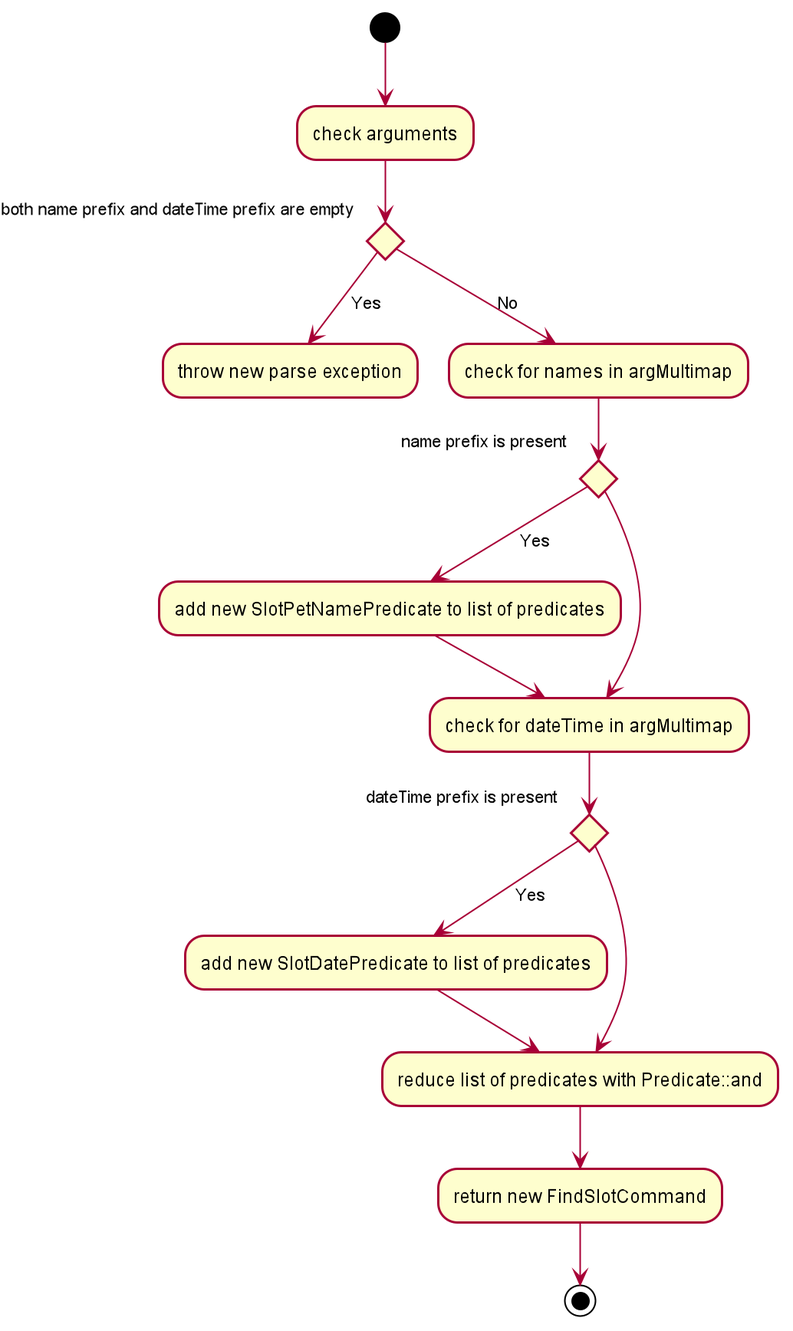
umaikaze/main keeps this PlantUML diagram as docs/images/dev-guide/FindSlotParserDiagram.png. Above is the earlier version. Its diagram source:
```plantuml
@startuml








skinparam BackgroundColor #FFFFFFF

skinparam Shadowing false

skinparam Class {
    FontColor #FFFFFF
    BorderThickness 1
    BorderColor #FFFFFF
    StereotypeFontColor #FFFFFF
    FontName Arial
}

skinparam Actor {
    BorderColor #000000
    Color #000000
    FontName Arial
}

skinparam Sequence {
    MessageAlign center
    BoxFontSize 15
    BoxPadding 0
    BoxFontColor #FFFFFF
    FontName Arial
}

skinparam Participant {
    FontColor #FFFFFFF
    Padding 20
}

skinparam MinClassWidth 50
skinparam ParticipantPadding 10
skinparam Shadowing false
skinparam DefaultTextAlignment center
skinparam packageStyle Rectangle

hide footbox
hide members
hide circle

(*)  --> "check arguments"
If "both name prefix and dateTime prefix are empty" then
--> [Yes] "throw new parse exception"
else
--> [No] "check for names in argMultimap"
If "name prefix is present" then
--> [Yes] "add new SlotPetNamePredicate to list of predicates"
--> "check for dateTime in argMultimap"
else
--> "check for dateTime in argMultimap"
If "dateTime prefix is present"
--> [Yes] "add new SlotDatePredicate to list of predicates"
--> "reduce list of predicates with Predicate::and"
else
--> "reduce list of predicates with Predicate::and"
Endif
Endif
Endif
--> "return new FindSlotCommand"
-->(*)
@enduml
```
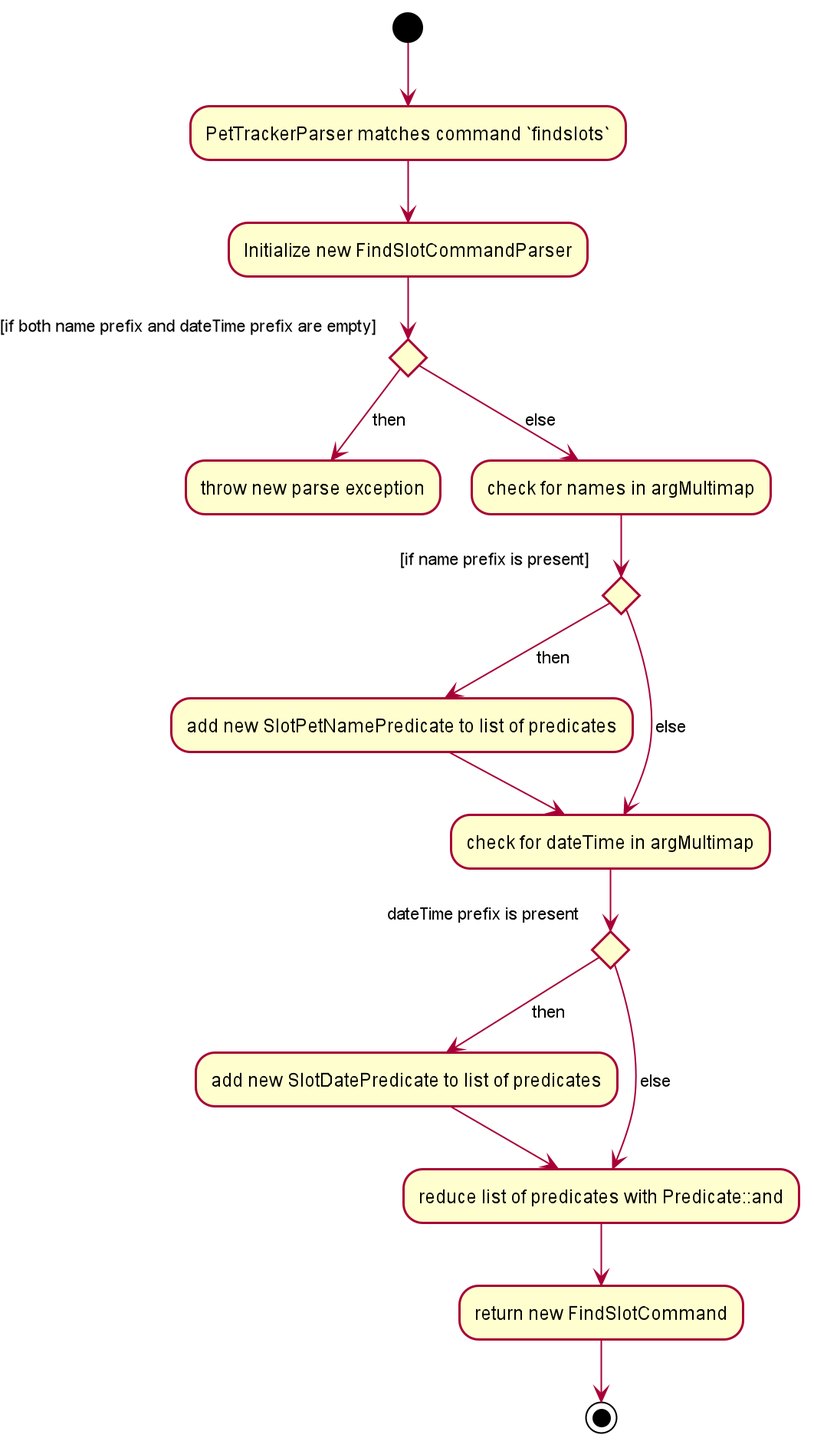
Later version of the same file.

Commit message:
Improve clarity of FindSlotParserDiagram

The edit, as a diff of the source:
```diff
@@ -48,24 +48,25 @@
 hide members
 hide circle
 
-(*)  --> "check arguments"
-If "both name prefix and dateTime prefix are empty" then
---> [Yes] "throw new parse exception"
+(*)  --> "PetTrackerParser matches command `findslots`"
+--> "Initialize new FindSlotCommandParser"
+if "[if both name prefix and dateTime prefix are empty]" then
+--> [then] "throw new parse exception"
 else
---> [No] "check for names in argMultimap"
-If "name prefix is present" then
---> [Yes] "add new SlotPetNamePredicate to list of predicates"
+--> [ else] "check for names in argMultimap"
+if "[if name prefix is present]" then
+--> [then] "add new SlotPetNamePredicate to list of predicates"
 --> "check for dateTime in argMultimap"
 else
---> "check for dateTime in argMultimap"
-If "dateTime prefix is present"
---> [Yes] "add new SlotDatePredicate to list of predicates"
+--> [ else] "check for dateTime in argMultimap"
+if "dateTime prefix is present"
+--> [then] "add new SlotDatePredicate to list of predicates"
 --> "reduce list of predicates with Predicate::and"
 else
---> "reduce list of predicates with Predicate::and"
-Endif
-Endif
-Endif
+--> [ else] "reduce list of predicates with Predicate::and"
+endif
+endif
+endif
 --> "return new FindSlotCommand"
 -->(*)
 @enduml
```
